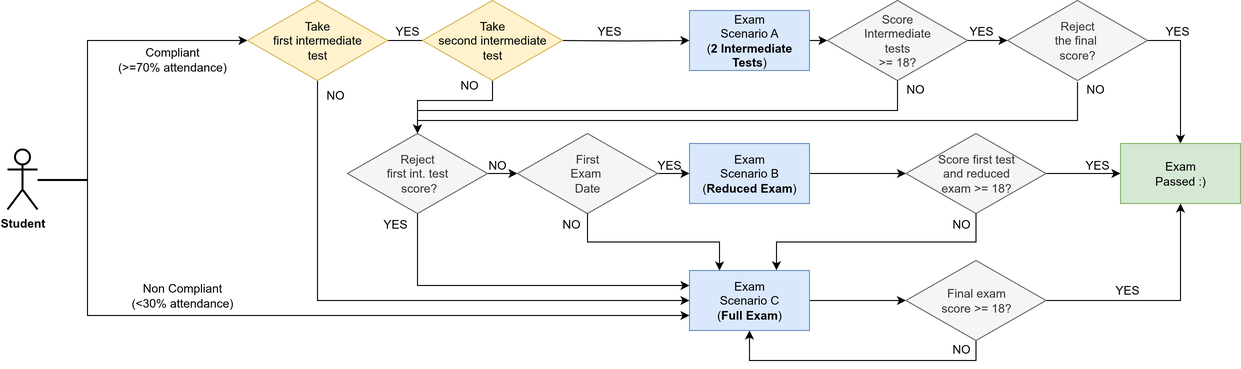
Before: src/A00/img/exam.drawio.png, a diagram exported from draw.io (introcp/2025). Source tidied: cells renumbered, new cells last; positions are measured from the earlier drawing's top-left corner, leaving out a move shared by most shapes.
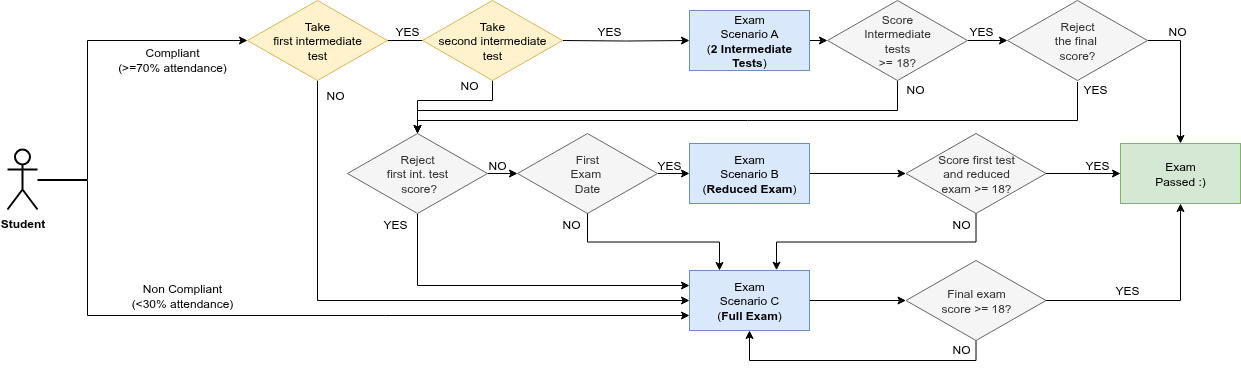
Above is the later version.

The edit, as a diff of the source:
```diff
@@ -124,7 +124,7 @@
     <mxCell id="33" value="YES" style="text;strokeColor=none;align=center;fillColor=none;html=1;verticalAlign=middle;whiteSpace=wrap;rounded=0;" parent="1" vertex="1">
       <mxGeometry x="953.5" y="16" width="40" height="30" as="geometry" />
     </mxCell>
-    <mxCell id="34" value="YES" style="text;strokeColor=none;align=center;fillColor=none;html=1;verticalAlign=middle;whiteSpace=wrap;rounded=0;" parent="1" vertex="1">
+    <mxCell id="34" value="NO" style="text;strokeColor=none;align=center;fillColor=none;html=1;verticalAlign=middle;whiteSpace=wrap;rounded=0;" parent="1" vertex="1">
       <mxGeometry x="1150" y="16" width="40" height="30" as="geometry" />
     </mxCell>
     <mxCell id="35" value="YES" style="text;strokeColor=none;align=center;fillColor=none;html=1;verticalAlign=middle;whiteSpace=wrap;rounded=0;" parent="1" vertex="1">
@@ -147,7 +147,7 @@
         </Array>
       </mxGeometry>
     </mxCell>
-    <mxCell id="40" value="NO" style="text;strokeColor=none;align=center;fillColor=none;html=1;verticalAlign=middle;whiteSpace=wrap;rounded=0;" parent="1" vertex="1">
+    <mxCell id="40" value="YES" style="text;strokeColor=none;align=center;fillColor=none;html=1;verticalAlign=middle;whiteSpace=wrap;rounded=0;" parent="1" vertex="1">
       <mxGeometry x="1070" y="74" width="36" height="30" as="geometry" />
     </mxCell>
     <mxCell id="41" value="NO" style="text;strokeColor=none;align=center;fillColor=none;html=1;verticalAlign=middle;whiteSpace=wrap;rounded=0;" parent="1" vertex="1">
```
